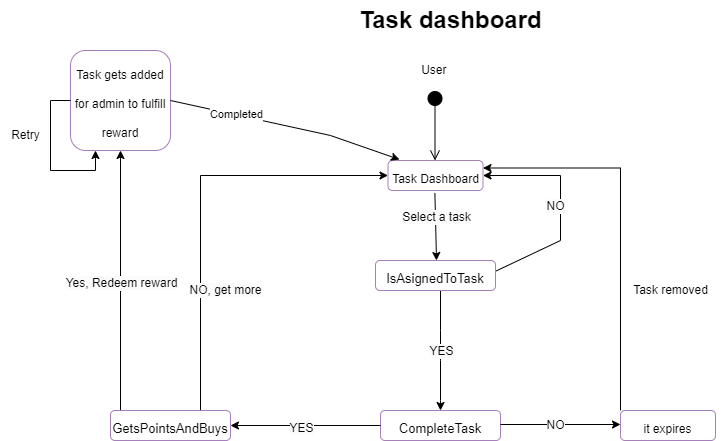
Earlier version of the draw.io export state_machine/StateMachine.drawio.png (DiaconuAndr3i/ASSMS-Project). Source tidied: cells renumbered, new cells last; positions are measured from the earlier drawing's top-left corner, leaving out a move shared by most shapes.
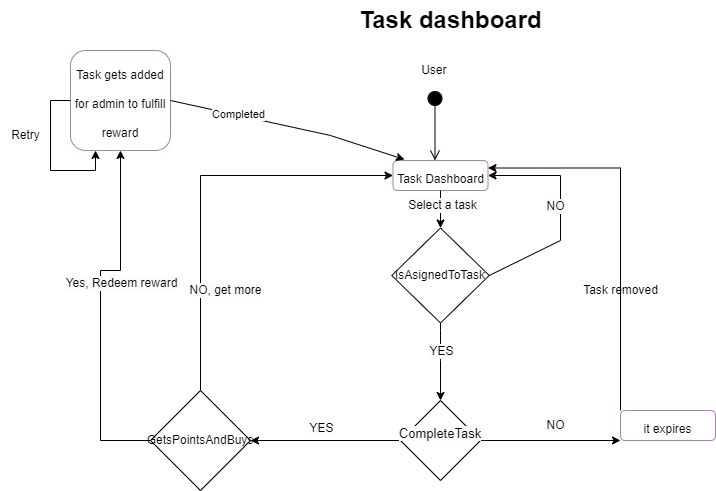
Later version of the same file.

Diff of the diagram source:
```diff
@@ -8,10 +8,8 @@
     <mxCell id="3" value="&lt;font style=&quot;font-size: 12px;&quot;&gt;Task gets added for admin to fulfill reward&lt;/font&gt;" style="rounded=1;whiteSpace=wrap;html=1;shadow=0;strokeColor=#A680B8;fontSize=24;fillColor=#FFFFFF;" parent="1" vertex="1">
       <mxGeometry x="70" y="50" width="100" height="100" as="geometry" />
     </mxCell>
-    <mxCell id="4" style="endArrow=classic;html=1;rounded=0;fontSize=12;" parent="1" edge="1">
+    <mxCell id="4" style="endArrow=classic;html=1;rounded=0;fontSize=12;exitX=0.5;exitY=1;exitDx=0;exitDy=0;entryX=0.5;entryY=0;entryDx=0;entryDy=0;" parent="1" edge="1" source="8" target="13">
       <mxGeometry x="-1" y="-70" relative="1" as="geometry">
-        <mxPoint x="440" y="290" as="sourcePoint" />
-        <mxPoint x="440" y="410" as="targetPoint" />
         <Array as="points">
           <mxPoint x="440" y="330" />
           <mxPoint x="440" y="360" />
@@ -20,9 +18,8 @@
         <mxPoint x="65" y="-70" as="offset" />
       </mxGeometry>
     </mxCell>
-    <mxCell id="5" style="endArrow=classic;html=1;rounded=0;fontSize=12;entryX=1;entryY=0.5;entryDx=0;entryDy=0;" parent="1" edge="1" target="10">
+    <mxCell id="5" style="endArrow=classic;html=1;rounded=0;fontSize=12;entryX=1;entryY=0.5;entryDx=0;entryDy=0;exitX=1;exitY=0.5;exitDx=0;exitDy=0;" parent="1" edge="1" source="8" target="10">
       <mxGeometry x="-1" y="-82" relative="1" as="geometry">
-        <mxPoint x="475.5" y="280" as="sourcePoint" />
         <Array as="points">
           <mxPoint x="560" y="240" />
           <mxPoint x="560" y="175" />
@@ -40,37 +37,27 @@
     <mxCell id="7" value="&lt;span style=&quot;background-color: rgb(251, 251, 251);&quot;&gt;YES&lt;/span&gt;" style="edgeLabel;html=1;align=center;verticalAlign=middle;fontSize=12;" parent="1" vertex="1">
       <mxGeometry x="440" y="350" as="geometry" />
     </mxCell>
-    <mxCell id="8" value="&lt;font style=&quot;font-size: 13px;&quot;&gt;IsAsignedToTask&lt;/font&gt;" style="rounded=1;whiteSpace=wrap;html=1;shadow=0;strokeColor=#A680B8;fontSize=24;fillColor=#FFFFFF;" parent="1" vertex="1">
-      <mxGeometry x="375" y="260" width="120" height="30" as="geometry" />
-    </mxCell>
     <mxCell id="9" value="&lt;span style=&quot;background-color: rgb(251, 251, 251);&quot;&gt;NO&lt;/span&gt;" style="edgeLabel;html=1;align=center;verticalAlign=middle;fontSize=12;" parent="1" vertex="1">
       <mxGeometry x="555" y="210" as="geometry">
         <mxPoint x="-1" y="-5" as="offset" />
       </mxGeometry>
     </mxCell>
     <mxCell id="10" value="&lt;font style=&quot;font-size: 12px;&quot;&gt;Task Dashboard&lt;/font&gt;" style="rounded=1;whiteSpace=wrap;html=1;shadow=0;strokeColor=#A680B8;fontSize=24;fillColor=#FFFFFF;" parent="1" vertex="1">
-      <mxGeometry x="387.5" y="160" width="95" height="30" as="geometry" />
+      <mxGeometry x="392.5" y="160" width="95" height="30" as="geometry" />
     </mxCell>
-    <mxCell id="11" style="endArrow=classic;html=1;rounded=0;fontSize=12;exitX=0.5;exitY=1;exitDx=0;exitDy=0;" parent="1" edge="1">
+    <mxCell id="11" style="endArrow=classic;html=1;rounded=0;fontSize=12;entryX=0.5;entryY=0;entryDx=0;entryDy=0;" parent="1" edge="1" target="8">
       <mxGeometry relative="1" as="geometry">
-        <mxPoint x="434.4" y="192.5" as="sourcePoint" />
-        <mxPoint x="436" y="260" as="targetPoint" />
+        <mxPoint x="440" y="190" as="sourcePoint" />
       </mxGeometry>
     </mxCell>
     <mxCell id="12" value="&lt;span style=&quot;background-color: rgb(251, 251, 251);&quot;&gt;Select a task&lt;/span&gt;" style="edgeLabel;html=1;align=center;verticalAlign=middle;fontSize=12;" parent="11" vertex="1">
       <mxGeometry x="-0.28" y="1" relative="1" as="geometry" />
     </mxCell>
-    <mxCell id="13" value="&lt;font style=&quot;font-size: 13px;&quot;&gt;CompleteTask&lt;/font&gt;" style="rounded=1;whiteSpace=wrap;html=1;shadow=0;strokeColor=#A680B8;fontSize=24;fillColor=#FFFFFF;" parent="1" vertex="1">
-      <mxGeometry x="380" y="410" width="120" height="30" as="geometry" />
-    </mxCell>
     <mxCell id="14" style="endArrow=classic;html=1;rounded=0;fontSize=12;exitX=0;exitY=0.5;exitDx=0;exitDy=0;entryX=1;entryY=0.5;entryDx=0;entryDy=0;" parent="1" edge="1" source="13" target="22">
       <mxGeometry x="-0.57" y="-90" relative="1" as="geometry" />
     </mxCell>
-    <mxCell id="15" style="endArrow=classic;html=1;rounded=0;fontSize=12;exitX=0.5;exitY=1;exitDx=0;exitDy=0;" parent="1" edge="1">
-      <mxGeometry relative="1" as="geometry">
-        <mxPoint x="500" y="424" as="sourcePoint" />
-        <mxPoint x="620" y="424" as="targetPoint" />
-      </mxGeometry>
+    <mxCell id="15" style="endArrow=classic;html=1;rounded=0;fontSize=12;exitX=1;exitY=0.5;exitDx=0;exitDy=0;entryX=0;entryY=1;entryDx=0;entryDy=0;" parent="1" edge="1" source="13" target="18">
+      <mxGeometry relative="1" as="geometry" />
     </mxCell>
     <mxCell id="16" value="&lt;span style=&quot;background-color: rgb(251, 251, 251);&quot;&gt;NO&lt;/span&gt;" style="edgeLabel;html=1;align=center;verticalAlign=middle;fontSize=12;" parent="1" vertex="1">
       <mxGeometry x="590" y="425" as="geometry">
@@ -88,27 +75,27 @@
       <mxGeometry x="620" y="410" width="95" height="30" as="geometry" />
     </mxCell>
     <mxCell id="19" value="&lt;span style=&quot;background-color: rgb(251, 251, 251);&quot;&gt;YES&lt;/span&gt;" style="edgeLabel;html=1;align=center;verticalAlign=middle;fontSize=12;" parent="1" vertex="1">
-      <mxGeometry x="230" y="420" as="geometry">
+      <mxGeometry x="250" y="420" as="geometry">
         <mxPoint x="70" y="7" as="offset" />
       </mxGeometry>
     </mxCell>
-    <mxCell id="20" style="edgeStyle=orthogonalEdgeStyle;rounded=0;jettySize=auto;html=1;exitX=0.25;exitY=0;exitDx=0;exitDy=0;fontSize=13;entryX=0.5;entryY=1;entryDx=0;entryDy=0;" parent="1" edge="1" source="22" target="3">
+    <mxCell id="20" style="edgeStyle=orthogonalEdgeStyle;rounded=0;jettySize=auto;html=1;fontSize=13;entryX=0.5;entryY=1;entryDx=0;entryDy=0;exitX=0;exitY=0.5;exitDx=0;exitDy=0;" parent="1" edge="1" source="22" target="3">
       <mxGeometry relative="1" as="geometry">
         <Array as="points">
-          <mxPoint x="120" y="410" />
+          <mxPoint x="100" y="440" />
+          <mxPoint x="100" y="270" />
+          <mxPoint x="120" y="270" />
         </Array>
       </mxGeometry>
     </mxCell>
-    <mxCell id="21" style="edgeStyle=orthogonalEdgeStyle;rounded=0;jettySize=auto;html=1;exitX=0.75;exitY=0;exitDx=0;exitDy=0;fontSize=13;entryX=0;entryY=0.5;entryDx=0;entryDy=0;" parent="1" edge="1" source="22" target="10">
+    <mxCell id="21" style="edgeStyle=orthogonalEdgeStyle;rounded=0;jettySize=auto;html=1;exitX=0.5;exitY=0;exitDx=0;exitDy=0;fontSize=13;entryX=0;entryY=0.5;entryDx=0;entryDy=0;" parent="1" edge="1" source="22" target="10">
       <mxGeometry relative="1" as="geometry">
         <Array as="points">
+          <mxPoint x="200" y="390" />
           <mxPoint x="200" y="175" />
         </Array>
       </mxGeometry>
     </mxCell>
-    <mxCell id="22" value="&lt;font style=&quot;font-size: 13px;&quot;&gt;GetsPointsAndBuys&lt;/font&gt;" style="rounded=1;whiteSpace=wrap;html=1;shadow=0;strokeColor=#A680B8;fontSize=24;fillColor=#FFFFFF;" parent="1" vertex="1">
-      <mxGeometry x="110" y="410" width="120" height="30" as="geometry" />
-    </mxCell>
     <mxCell id="23" value="&lt;span style=&quot;background-color: rgb(251, 251, 251);&quot;&gt;NO, get more&lt;/span&gt;" style="edgeLabel;html=1;align=center;verticalAlign=middle;fontSize=12;" parent="1" vertex="1">
       <mxGeometry x="260" y="290" as="geometry">
         <mxPoint x="-36" y="-1" as="offset" />
@@ -133,7 +120,7 @@
       <mxGeometry x="410" y="55" width="50" height="30" as="geometry" />
     </mxCell>
     <mxCell id="28" value="Task removed" style="text;html=1;align=center;verticalAlign=middle;strokeColor=none;fillColor=none;" parent="1" vertex="1">
-      <mxGeometry x="620" y="275" width="100" height="30" as="geometry" />
+      <mxGeometry x="570" y="275" width="100" height="30" as="geometry" />
     </mxCell>
     <mxCell id="29" style="edgeStyle=orthogonalEdgeStyle;rounded=0;orthogonalLoop=1;jettySize=auto;html=1;exitX=0;exitY=0.5;exitDx=0;exitDy=0;entryX=0.25;entryY=1;entryDx=0;entryDy=0;" parent="1" edge="1" source="3" target="3">
       <mxGeometry relative="1" as="geometry" />
@@ -141,5 +128,14 @@
     <mxCell id="30" value="Retry" style="text;html=1;align=center;verticalAlign=middle;strokeColor=none;fillColor=none;" parent="1" vertex="1">
       <mxGeometry y="120" width="50" height="30" as="geometry" />
     </mxCell>
+    <mxCell id="8" value="IsAsignedToTask" style="rhombus;whiteSpace=wrap;html=1;" parent="1" vertex="1">
+      <mxGeometry x="391.2" y="227.5" width="97.5" height="95" as="geometry" />
+    </mxCell>
+    <mxCell id="13" value="&#10;&lt;span style=&quot;color: rgb(0, 0, 0); font-family: Helvetica; font-size: 13px; font-style: normal; font-variant-ligatures: normal; font-variant-caps: normal; font-weight: 400; letter-spacing: normal; orphans: 2; text-align: center; text-indent: 0px; text-transform: none; widows: 2; word-spacing: 0px; -webkit-text-stroke-width: 0px; background-color: rgb(251, 251, 251); text-decoration-thickness: initial; text-decoration-style: initial; text-decoration-color: initial; float: none; display: inline !important;&quot;&gt;CompleteTask&lt;/span&gt;&#10;&#10;" style="rhombus;whiteSpace=wrap;html=1;" parent="1" vertex="1">
+      <mxGeometry x="400" y="400" width="80" height="80" as="geometry" />
+    </mxCell>
+    <mxCell id="22" value="GetsPointsAndBuys" style="rhombus;whiteSpace=wrap;html=1;" parent="1" vertex="1">
+      <mxGeometry x="150" y="390" width="100" height="100" as="geometry" />
+    </mxCell>
   </root>
 </mxGraphModel>
```
